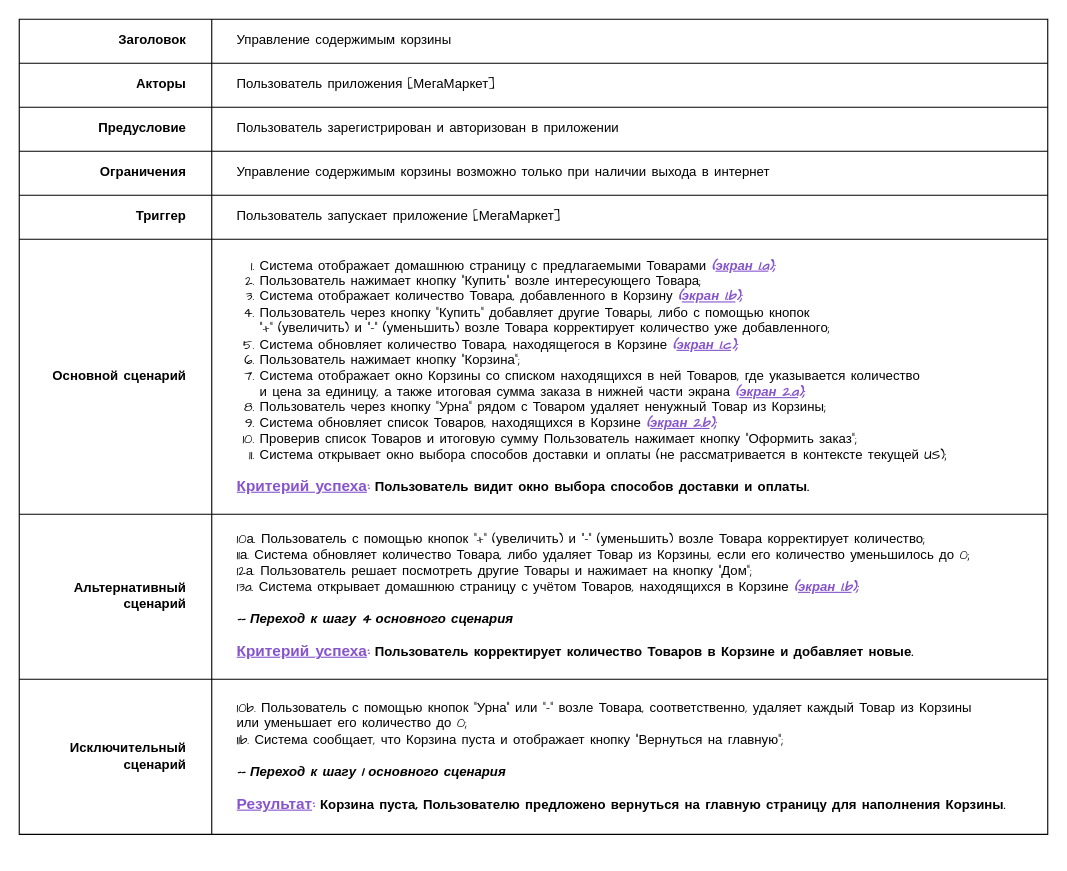
Above: Ryabtsev_Alexander/T03_UseCase.drawio in abdullahproff/BSA21_1 (draw.io), before the change. Source tidied: cells renumbered, new cells numbered last; positions are measured from the earlier drawing's top-left corner, leaving out a move shared by most shapes. Both pictures are drawn from the tidied source at 110%, with x=0, y=0 at pixel (19, 19).
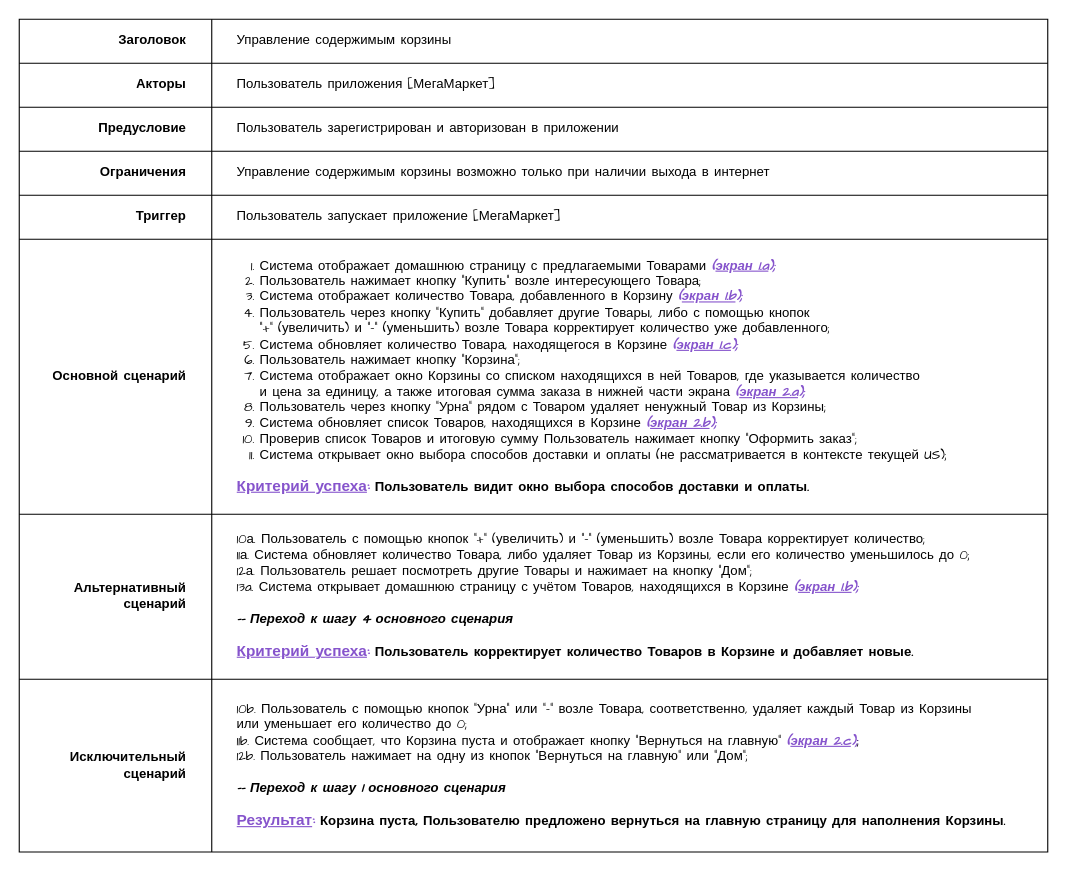
Above is the later version.

Commit message (it also covers changes not shown here):
This commit fix some typos

What changed in the source:
```diff
@@
     <mxCell id="2" style="shape=table;startSize=0;childLayout=tableLayout;fontFamily=Comic Sans MS;" parent="1" vertex="1">
-      <mxGeometry width="935" height="741" as="geometry" />
+      <mxGeometry width="935" height="757" as="geometry" />
     </mxCell>
@@
     <mxCell id="24" style="shape=tableRow;horizontal=0;startSize=0;swimlaneHead=0;swimlaneBody=0;strokeColor=inherit;top=0;left=0;bottom=0;right=0;fillColor=none;fontFamily=Comic Sans MS;" parent="2" vertex="1">
-      <mxGeometry y="600" width="935" height="141" as="geometry" />
+      <mxGeometry y="600" width="935" height="157" as="geometry" />
     </mxCell>
     <mxCell id="25" value="&lt;b&gt;Исключительный сценарий&lt;/b&gt;" style="shape=partialRectangle;html=1;whiteSpace=wrap;strokeColor=inherit;overflow=hidden;fillColor=none;top=0;left=0;bottom=0;right=0;fontFamily=Comic Sans MS;align=right;spacingRight=21;" parent="24" vertex="1">
-      <mxGeometry width="175" height="141" as="geometry" />
+      <mxGeometry width="175" height="157" as="geometry" />
     </mxCell>
-    <mxCell id="26" value="&lt;span style=&quot;background-color: initial;&quot;&gt;10b. Пользователь&lt;/span&gt;&amp;nbsp;&lt;span style=&quot;background-color: initial;&quot;&gt;с помощью кнопок&lt;/span&gt;&lt;span style=&quot;background-color: initial;&quot;&gt;&amp;nbsp;&quot;Урна&quot;&lt;/span&gt;&lt;span style=&quot;background-color: initial;&quot;&gt;&amp;nbsp;или&lt;/span&gt;&amp;nbsp;&quot;-&quot;&lt;span style=&quot;background-color: initial;&quot;&gt;&amp;nbsp;возле Товара, соответственно, удаляет каждый Товар из Корзины&lt;/span&gt;&amp;nbsp;&lt;br&gt;или уменьшает его количество до 0&lt;span style=&quot;background-color: initial;&quot;&gt;;&lt;/span&gt;&lt;div&gt;11b. Система сообщает, что Корзина пуста и отображает кнопку &quot;Вернуться на главную&quot;;&lt;br&gt;&lt;/div&gt;&lt;div&gt;&lt;br&gt;&lt;/div&gt;&lt;div&gt;&lt;i&gt;&lt;b&gt;-- Переход к шагу 1 основного сценария&lt;/b&gt;&lt;/i&gt;&lt;br&gt;&lt;/div&gt;&lt;div&gt;&lt;br&gt;&lt;/div&gt;&lt;div&gt;&lt;span style=&quot;background-color: initial;&quot;&gt;&lt;b&gt;&lt;font size=&quot;1&quot; color=&quot;#8654cc&quot;&gt;&lt;span style=&quot;font-size: 14px;&quot;&gt;&lt;u&gt;Результат&lt;/u&gt;:&lt;/span&gt;&lt;/font&gt;&lt;/b&gt;&lt;/span&gt;&lt;b style=&quot;background-color: initial;&quot;&gt;&amp;nbsp;Корзина пуста, Пользователю предложено вернуться на главную страницу для наполнения Корзины.&lt;/b&gt;&lt;/div&gt;" style="shape=partialRectangle;html=1;whiteSpace=wrap;strokeColor=inherit;overflow=hidden;fillColor=none;top=0;left=0;bottom=0;right=0;align=left;spacingLeft=21;spacingRight=7;fontFamily=Comic Sans MS;" parent="24" vertex="1">
-      <mxGeometry x="175" width="760" height="141" as="geometry" />
+    <mxCell id="26" value="&lt;span style=&quot;background-color: initial;&quot;&gt;10b. Пользователь&lt;/span&gt;&amp;nbsp;&lt;span style=&quot;background-color: initial;&quot;&gt;с помощью кнопок&lt;/span&gt;&lt;span style=&quot;background-color: initial;&quot;&gt;&amp;nbsp;&quot;Урна&quot;&lt;/span&gt;&lt;span style=&quot;background-color: initial;&quot;&gt;&amp;nbsp;или&lt;/span&gt;&amp;nbsp;&quot;-&quot;&lt;span style=&quot;background-color: initial;&quot;&gt;&amp;nbsp;возле Товара, соответственно, удаляет каждый Товар из Корзины&lt;/span&gt;&amp;nbsp;&lt;br&gt;или уменьшает его количество до 0&lt;span style=&quot;background-color: initial;&quot;&gt;;&lt;/span&gt;&lt;div&gt;11b. Система сообщает, что Корзина пуста и отображает кнопку &quot;Вернуться на главную&quot;&lt;b style=&quot;background-color: initial;&quot;&gt;&lt;i&gt;&amp;nbsp;&lt;font color=&quot;#8654cc&quot;&gt;(&lt;font style=&quot;text-decoration-line: underline;&quot;&gt;экран 2.c&lt;/font&gt;);&lt;/font&gt;&lt;/i&gt;&lt;/b&gt;&lt;span style=&quot;background-color: initial;&quot;&gt;;&lt;/span&gt;&lt;/div&gt;&lt;div&gt;12b. Пользователь нажимает на одну из кнопок &quot;Вернуться на главную&quot; или &quot;Дом&quot;;&lt;/div&gt;&lt;div&gt;&lt;br&gt;&lt;/div&gt;&lt;div&gt;&lt;i&gt;&lt;b&gt;-- Переход к шагу 1 основного сценария&lt;/b&gt;&lt;/i&gt;&lt;br&gt;&lt;/div&gt;&lt;div&gt;&lt;br&gt;&lt;/div&gt;&lt;div&gt;&lt;span style=&quot;background-color: initial;&quot;&gt;&lt;b&gt;&lt;font size=&quot;1&quot; color=&quot;#8654cc&quot;&gt;&lt;span style=&quot;font-size: 14px;&quot;&gt;&lt;u&gt;Результат&lt;/u&gt;:&lt;/span&gt;&lt;/font&gt;&lt;/b&gt;&lt;/span&gt;&lt;b style=&quot;background-color: initial;&quot;&gt;&amp;nbsp;Корзина пуста, Пользователю предложено вернуться на главную страницу для наполнения Корзины.&lt;/b&gt;&lt;/div&gt;" style="shape=partialRectangle;html=1;whiteSpace=wrap;strokeColor=inherit;overflow=hidden;fillColor=none;top=0;left=0;bottom=0;right=0;align=left;spacingLeft=21;spacingRight=7;fontFamily=Comic Sans MS;" parent="24" vertex="1">
+      <mxGeometry x="175" width="760" height="157" as="geometry" />
     </mxCell>
```
